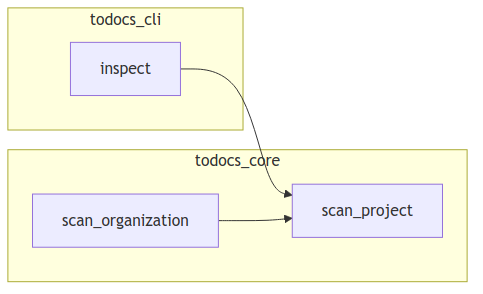
Before: project/calls.png, a diagram exported from Mermaid (wronai/todocs). Its source is kept beside it as project/calls.mmd. The source it was exported from:
```mermaid
flowchart LR
    subgraph todocs_cli
        todocs__cli__inspect["inspect"]
    end
    subgraph todocs_core
        todocs__core__scan_organization["scan_organization"]
        todocs__core__scan_project["scan_project"]
    end
    todocs__cli__inspect --> todocs__core__scan_project
    todocs__core__scan_organization --> todocs__core__scan_project
```
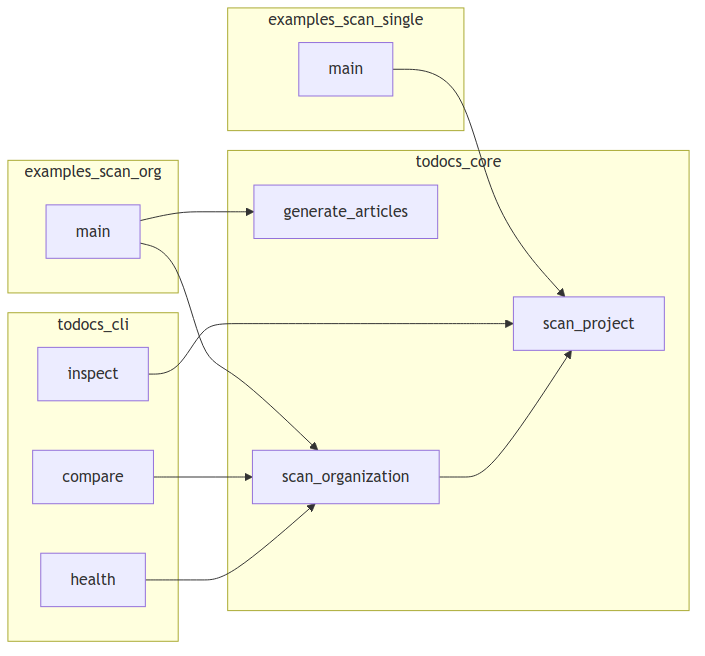
Later version of the same file.

What changed in the source:
```diff
@@ -1,10 +1,24 @@
 flowchart LR
+    subgraph examples_scan_org
+        examples__scan_org__main["main"]
+    end
+    subgraph examples_scan_single
+        examples__scan_single__main["main"]
+    end
     subgraph todocs_cli
         todocs__cli__inspect["inspect"]
+        todocs__cli__health["health"]
+        todocs__cli__compare["compare"]
     end
     subgraph todocs_core
+        todocs__core__scan_project["scan_project"]
+        todocs__core__generate_articles["generate_articles"]
         todocs__core__scan_organization["scan_organization"]
-        todocs__core__scan_project["scan_project"]
     end
+    examples__scan_org__main --> todocs__core__scan_organization
+    examples__scan_org__main --> todocs__core__generate_articles
+    examples__scan_single__main --> todocs__core__scan_project
     todocs__cli__inspect --> todocs__core__scan_project
+    todocs__cli__compare --> todocs__core__scan_organization
+    todocs__cli__health --> todocs__core__scan_organization
     todocs__core__scan_organization --> todocs__core__scan_project
```
